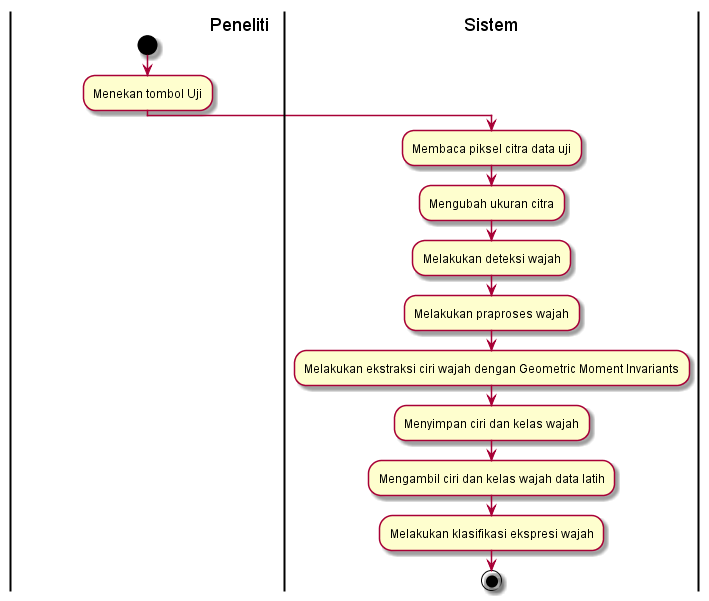
Earlier version of the PlantUML export diagram/AD_klasifikasi.png (ayulestari10/gmisvm).
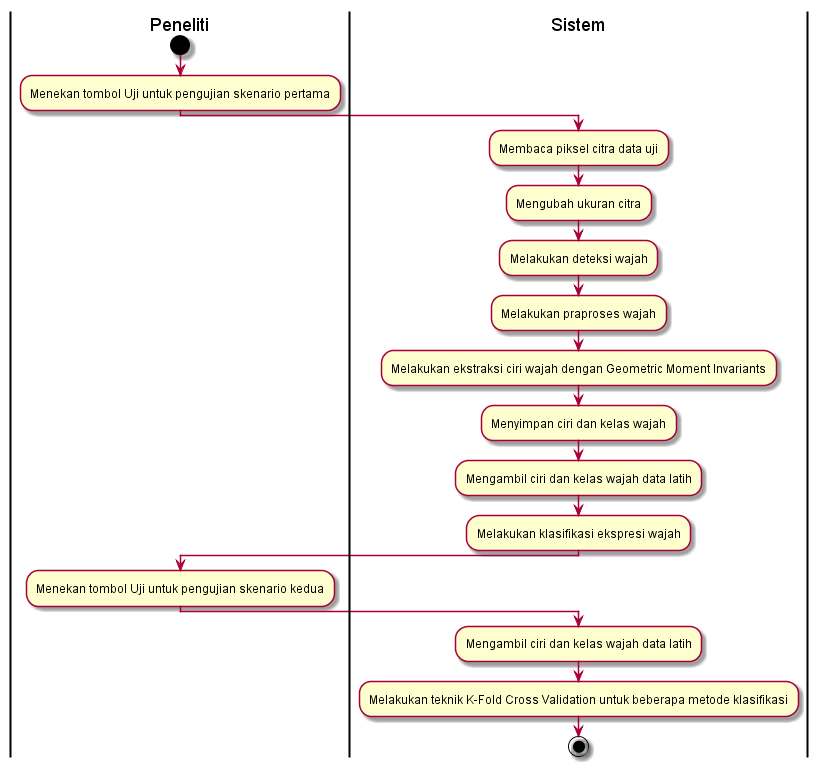
Later version of the same file.

Change to the diagram source:
```diff
@@ -1,7 +1,9 @@
 @startuml
-|                                      Peneliti |
+| Peneliti |
 start
-:Menekan tombol Uji;
+
+:Menekan tombol Uji untuk pengujian skenario pertama;
+
 | Sistem |
 :Membaca piksel citra data uji;
 :Mengubah ukuran citra;
@@ -12,7 +14,12 @@
 :Mengambil ciri dan kelas wajah data latih;
 :Melakukan klasifikasi ekspresi wajah;
 
+| Peneliti |
+:Menekan tombol Uji untuk pengujian skenario kedua;
 
+| Sistem |
+:Mengambil ciri dan kelas wajah data latih;
+:Melakukan teknik K-Fold Cross Validation untuk beberapa metode klasifikasi;
 
 stop
 @enduml
```
